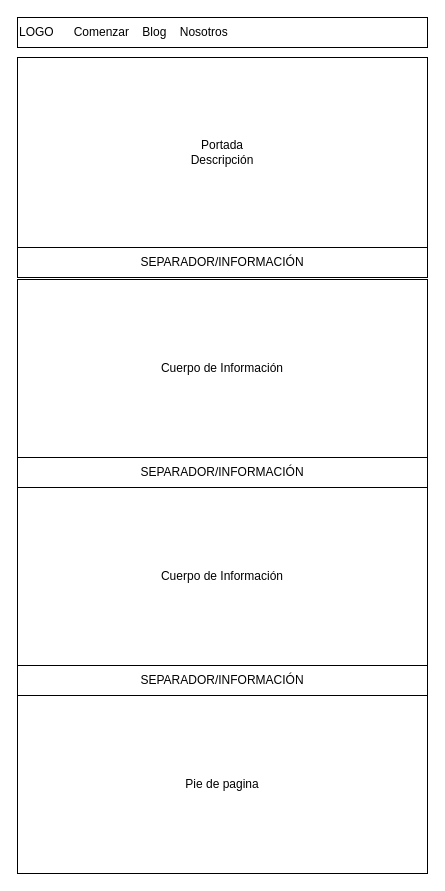
Above: Diseno.drawio in IzzyGrant/webdesde0 (draw.io), before the change. Source tidied: cells renumbered, new cells numbered last; positions are measured from the earlier drawing's top-left corner, leaving out a move shared by most shapes. Both pictures are drawn from the tidied source at 100%, with x=0, y=0 at pixel (17, 17).
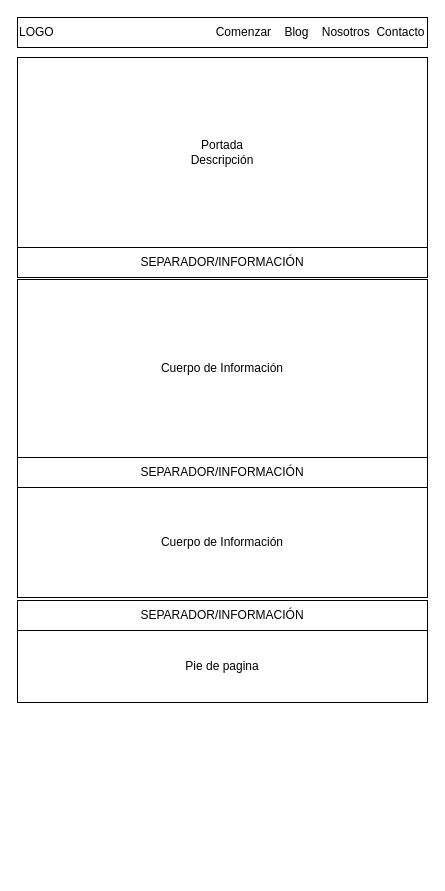
Above is the later version.

Change to the diagram source:
```diff
@@
 <mxGraphModel>
   <root>
     <mxCell id="0" />
     <mxCell id="1" parent="0" />
-    <mxCell id="2" value="LOGO&amp;nbsp; &amp;nbsp; &amp;nbsp; Comenzar&amp;nbsp; &amp;nbsp; Blog&amp;nbsp; &amp;nbsp; Nosotros" style="rounded=0;whiteSpace=wrap;html=1;align=left;" parent="1" vertex="1">
+    <mxCell id="2" value="LOGO&amp;nbsp; &amp;nbsp;&lt;span style=&quot;white-space: pre&quot;&gt;&#9;&lt;/span&gt;&lt;span style=&quot;white-space: pre&quot;&gt;&#9;&lt;/span&gt;&lt;span style=&quot;white-space: pre&quot;&gt;&#9;&lt;/span&gt;&lt;span style=&quot;white-space: pre&quot;&gt;&#9;&lt;/span&gt;&lt;span style=&quot;white-space: pre&quot;&gt;&#9;&lt;/span&gt;&lt;span style=&quot;white-space: pre&quot;&gt;&#9;&lt;/span&gt; &amp;nbsp; Comenzar&amp;nbsp; &amp;nbsp; Blog&amp;nbsp; &amp;nbsp; Nosotros&amp;nbsp; Contacto" style="rounded=0;whiteSpace=wrap;html=1;align=left;" parent="1" vertex="1">
       <mxGeometry width="410" height="30" as="geometry" />
     </mxCell>
     <mxCell id="3" value="Portada&lt;br&gt;Descripción" style="rounded=0;whiteSpace=wrap;html=1;" parent="1" vertex="1">
       <mxGeometry y="40" width="410" height="190" as="geometry" />
     </mxCell>
     <mxCell id="4" value="SEPARADOR/INFORMACIÓN" style="rounded=0;whiteSpace=wrap;html=1;" parent="1" vertex="1">
       <mxGeometry y="230" width="410" height="30" as="geometry" />
     </mxCell>
     <mxCell id="5" value="Cuerpo de Información" style="rounded=0;whiteSpace=wrap;html=1;" parent="1" vertex="1">
       <mxGeometry y="262" width="410" height="178" as="geometry" />
     </mxCell>
     <mxCell id="6" value="SEPARADOR/INFORMACIÓN" style="rounded=0;whiteSpace=wrap;html=1;" parent="1" vertex="1">
       <mxGeometry y="440" width="410" height="30" as="geometry" />
     </mxCell>
     <mxCell id="7" value="Cuerpo de Información" style="rounded=0;whiteSpace=wrap;html=1;" parent="1" vertex="1">
-      <mxGeometry y="470" width="410" height="178" as="geometry" />
+      <mxGeometry y="470" width="410" height="110" as="geometry" />
     </mxCell>
     <mxCell id="8" value="SEPARADOR/INFORMACIÓN" style="rounded=0;whiteSpace=wrap;html=1;" parent="1" vertex="1">
-      <mxGeometry y="648" width="410" height="30" as="geometry" />
+      <mxGeometry y="583" width="410" height="30" as="geometry" />
     </mxCell>
     <mxCell id="9" value="Pie de pagina" style="rounded=0;whiteSpace=wrap;html=1;" parent="1" vertex="1">
-      <mxGeometry y="678" width="410" height="178" as="geometry" />
+      <mxGeometry y="613" width="410" height="72" as="geometry" />
     </mxCell>
   </root>
 </mxGraphModel>
```
